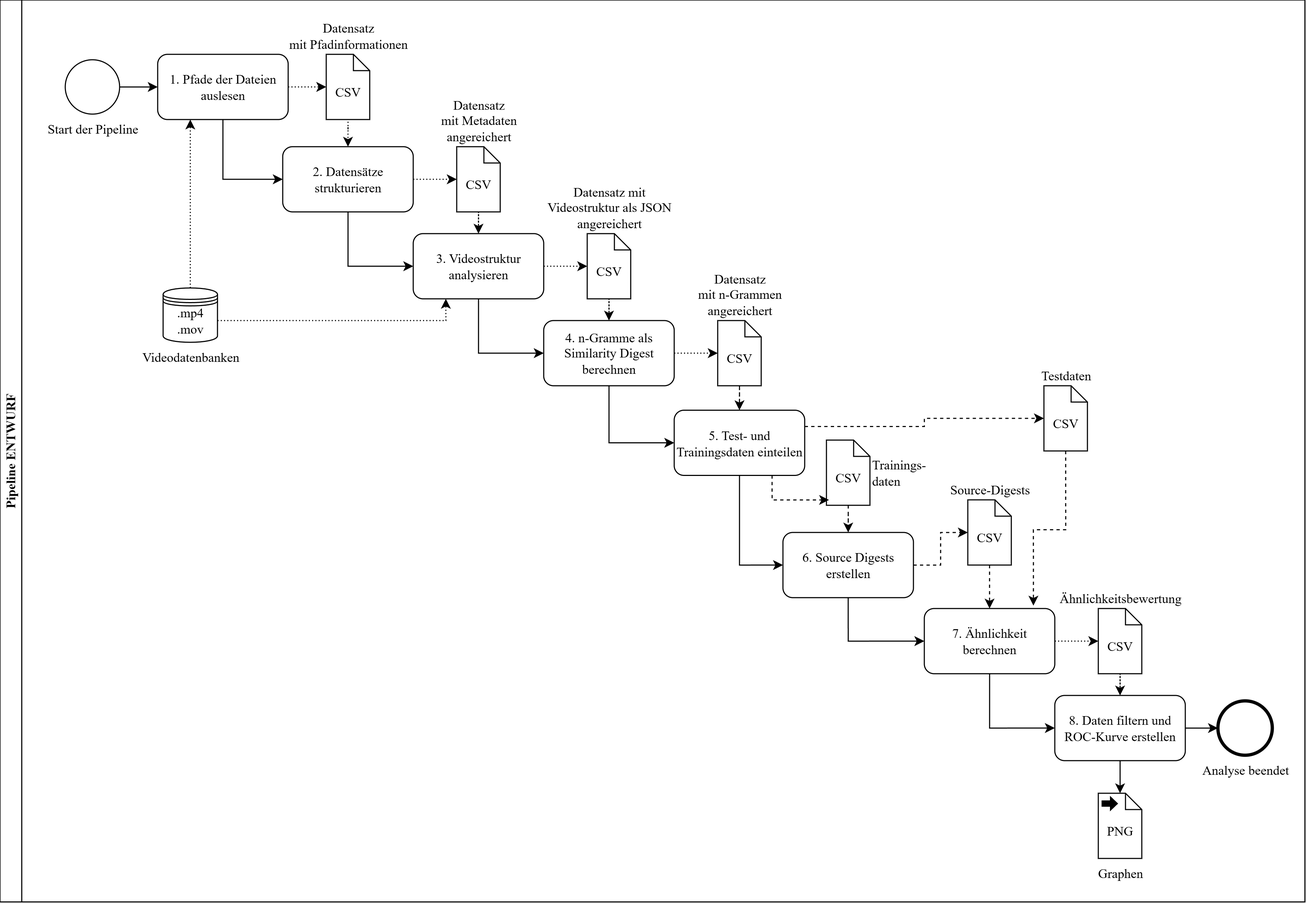
Above: grafiken/pipeline.drawio.png in lmechelk/Masterarbeit (draw.io), before the change. Source tidied: cells renumbered, new cells last; positions are measured from the earlier drawing's top-left corner, leaving out a move shared by most shapes.
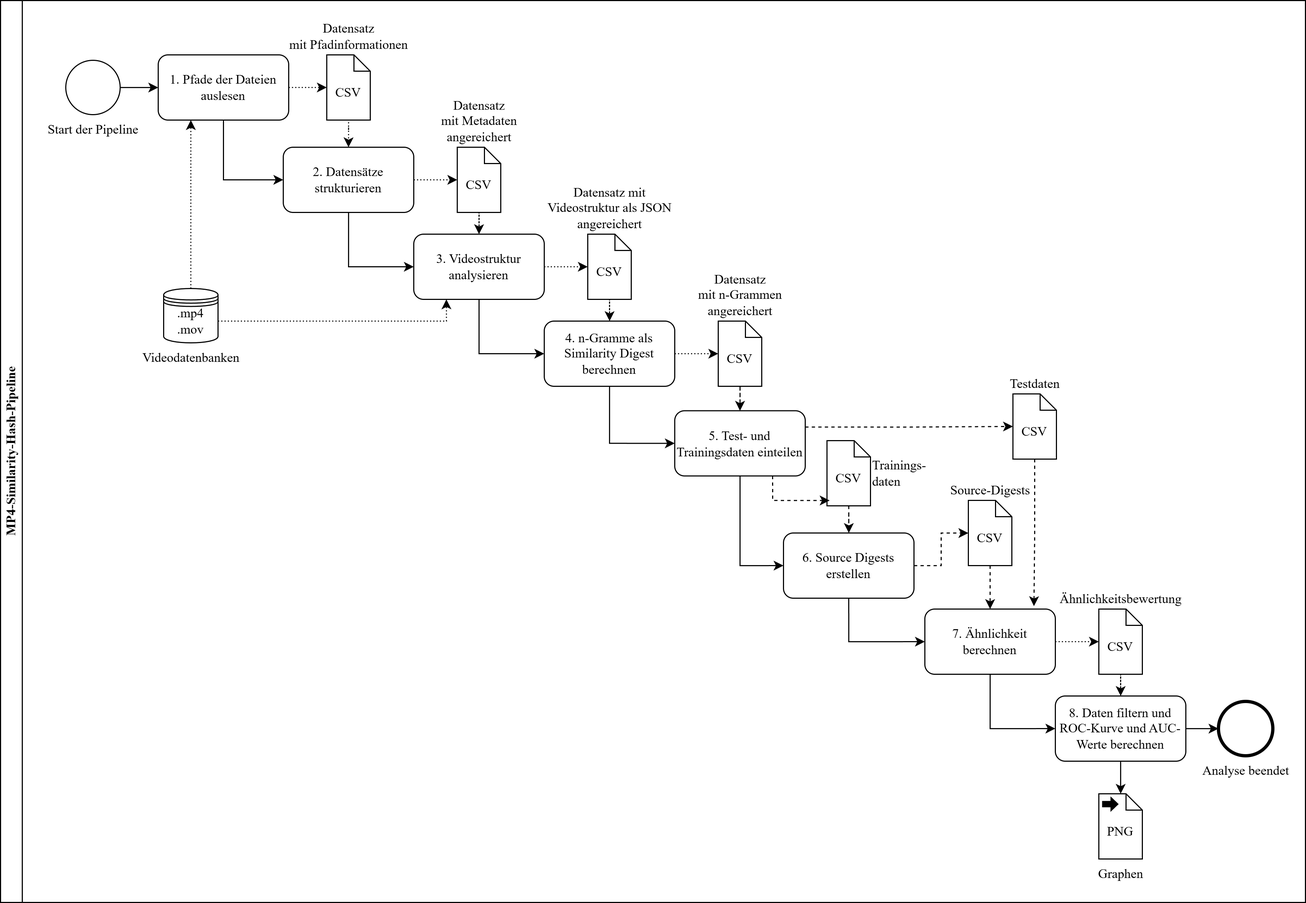
Above is the later version.

The edit, as a diff of the source:
```diff
@@ -2,7 +2,7 @@
   <root>
     <mxCell id="0" />
     <mxCell id="1" parent="0" />
-    <mxCell id="2" value="Pipeline ENTWURF" style="swimlane;startSize=20;horizontal=0;html=1;whiteSpace=wrap;strokeColor=default;align=center;verticalAlign=middle;fontFamily=Times New Roman;fontSize=12;fontColor=default;fillColor=default;" parent="1" vertex="1">
+    <mxCell id="2" value="MP4-Similarity-Hash-Pipeline" style="swimlane;startSize=20;horizontal=0;html=1;whiteSpace=wrap;strokeColor=default;align=center;verticalAlign=middle;fontFamily=Times New Roman;fontSize=12;fontColor=default;fillColor=default;" parent="1" vertex="1">
       <mxGeometry width="1200" height="830" as="geometry" />
     </mxCell>
     <mxCell id="3" value="Trainings-&lt;br&gt;daten" style="shape=mxgraph.bpmn.data2;labelPosition=right;verticalLabelPosition=middle;align=left;verticalAlign=middle;size=15;html=1;fontFamily=Times New Roman;" parent="2" vertex="1">
@@ -135,7 +135,7 @@
       <mxGeometry relative="1" as="geometry" />
     </mxCell>
     <mxCell id="46" style="group;" parent="2" vertex="1">
-      <mxGeometry x="955" y="355" width="50" height="60" as="geometry" />
+      <mxGeometry x="926" y="362" width="50" height="60" as="geometry" />
     </mxCell>
     <mxCell id="47" value="Testdaten" style="shape=mxgraph.bpmn.data2;labelPosition=center;verticalLabelPosition=top;align=center;verticalAlign=bottom;size=15;html=1;fontFamily=Times New Roman;" parent="46" vertex="1">
       <mxGeometry x="5" width="40" height="60" as="geometry" />
@@ -167,7 +167,7 @@
     <mxCell id="56" value="7. Ähnlichkeit berechnen" style="whiteSpace=wrap;html=1;rounded=1;labelBackgroundColor=#ffffff;fontFamily=Times New Roman;" parent="2" vertex="1">
       <mxGeometry x="850" y="560" width="120" height="60" as="geometry" />
     </mxCell>
-    <mxCell id="57" value="8. Daten filtern und ROC-Kurve erstellen" style="whiteSpace=wrap;html=1;rounded=1;labelBackgroundColor=#ffffff;fontFamily=Times New Roman;" parent="2" vertex="1">
+    <mxCell id="57" value="8. Daten filtern und ROC-Kurve und AUC-Werte berechnen" style="whiteSpace=wrap;html=1;rounded=1;labelBackgroundColor=#ffffff;fontFamily=Times New Roman;" parent="2" vertex="1">
       <mxGeometry x="970" y="640" width="120" height="60" as="geometry" />
     </mxCell>
     <mxCell id="58" value="Ähnlichkeitsbewertung" style="shape=mxgraph.bpmn.data2;labelPosition=center;verticalLabelPosition=top;align=center;verticalAlign=bottom;size=15;html=1;fontFamily=Times New Roman;" parent="2" vertex="1">
```
